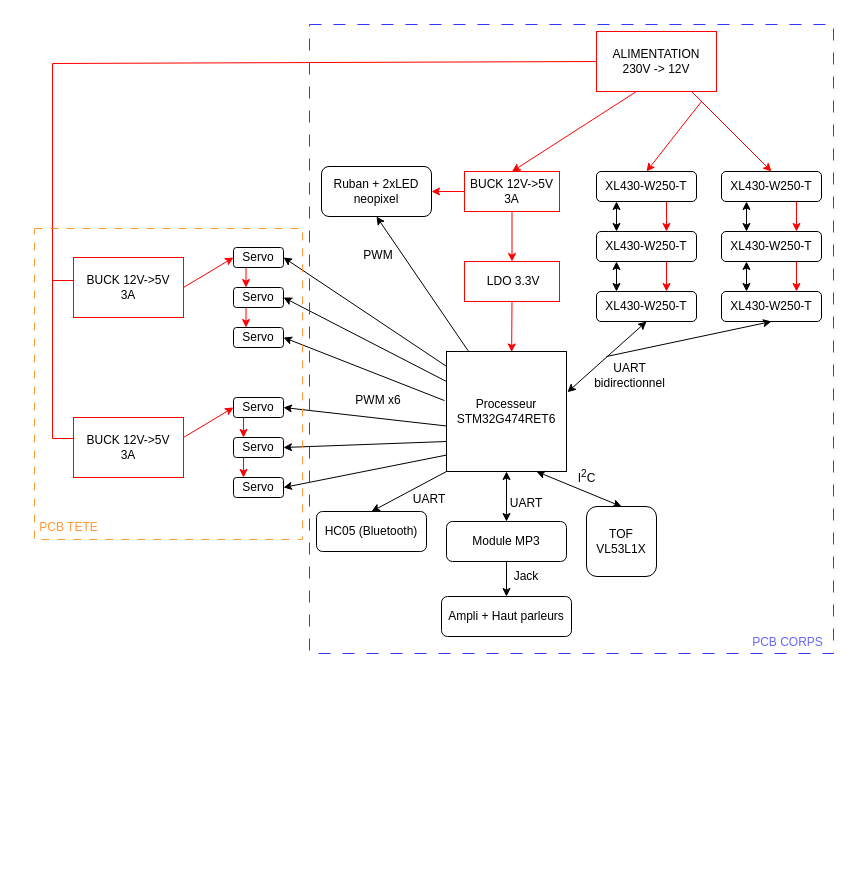
Above: Gestion de projet/diagramme_architecture.drawio in mael-lukas/2425_Projet2A_Animatronic (draw.io), before the change. Source tidied: cells renumbered, new cells numbered last; positions are measured from the earlier drawing's top-left corner, leaving out a move shared by most shapes. Both pictures are drawn from the tidied source at 100%, with x=0, y=0 at pixel (24, 24).
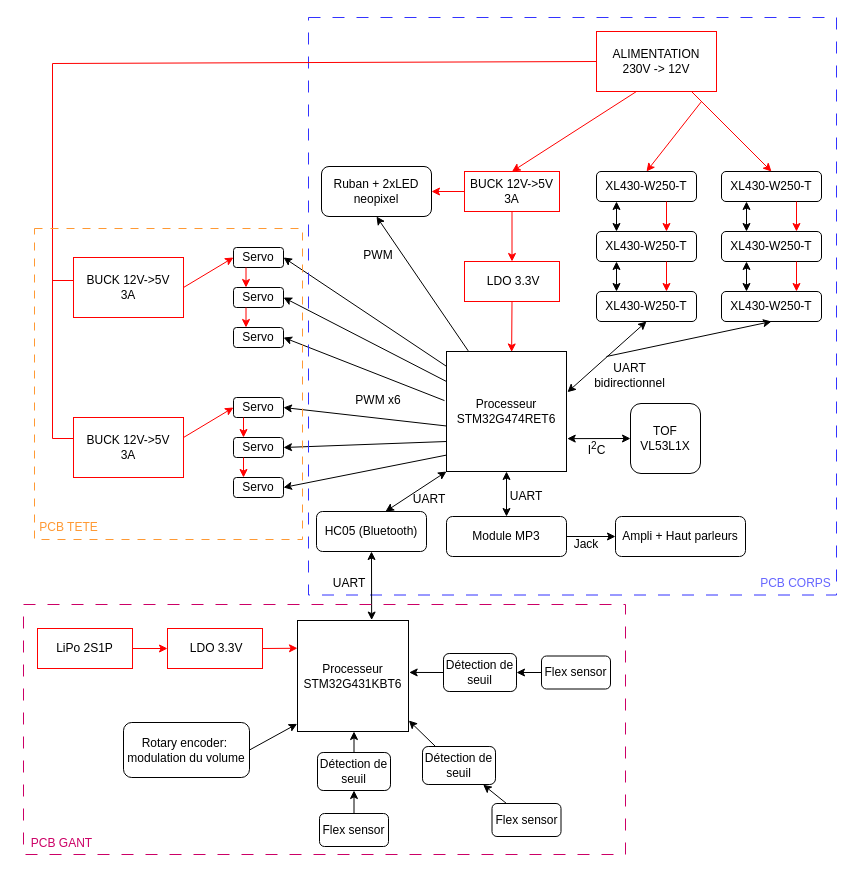
Above is the later version.

Commit message:
Mettre à jour diagramme_architecture.drawio

Unchanged cells that the change refers to:
```xml
<mxCell id="6" value="&lt;div&gt;Processeur&lt;/div&gt;&lt;div&gt;STM32G474RET6&lt;br&gt;&lt;/div&gt;" style="whiteSpace=wrap;html=1;" parent="1" vertex="1">
  <mxGeometry x="422" y="327" width="120" height="120" as="geometry" />
</mxCell>
<mxCell id="16" value="HC05 (Bluetooth)" style="rounded=1;whiteSpace=wrap;html=1;" parent="1" vertex="1">
  <mxGeometry x="292" y="487" width="110" height="40" as="geometry" />
</mxCell>
```

What changed in the source:
```diff
@@
     <mxCell id="18" value="&lt;div&gt;Module MP3&lt;/div&gt;" style="rounded=1;whiteSpace=wrap;html=1;" parent="1" vertex="1">
-      <mxGeometry x="422" y="497" width="120" height="40" as="geometry" />
+      <mxGeometry x="422" y="492" width="120" height="40" as="geometry" />
     </mxCell>
     <mxCell id="19" value="&lt;div&gt;TOF&lt;/div&gt;VL53L1X" style="rounded=1;whiteSpace=wrap;html=1;" parent="1" vertex="1">
-      <mxGeometry x="562" y="482" width="70" height="70" as="geometry" />
+      <mxGeometry x="606" y="379" width="70" height="70" as="geometry" />
     </mxCell>
     <mxCell id="20" value="Ampli + Haut parleurs" style="rounded=1;whiteSpace=wrap;html=1;" parent="1" vertex="1">
-      <mxGeometry x="417" y="572" width="130" height="40" as="geometry" />
+      <mxGeometry x="591" y="492" width="130" height="40" as="geometry" />
     </mxCell>
@@
-    <mxCell id="41" style="endArrow=classic;startArrow=classic;html=1;rounded=0;entryX=0.75;entryY=1;entryDx=0;entryDy=0;exitX=0.5;exitY=0;exitDx=0;exitDy=0;" parent="1" edge="1" source="19" target="6">
+    <mxCell id="41" style="endArrow=classic;startArrow=classic;html=1;rounded=0;entryX=1.006;entryY=0.726;entryDx=0;entryDy=0;exitX=0;exitY=0.5;exitDx=0;exitDy=0;entryPerimeter=0;" parent="1" edge="1" source="19" target="6">
       <mxGeometry relative="1" as="geometry" />
     </mxCell>
     <mxCell id="42" value="I&lt;sup&gt;2&lt;/sup&gt;C" style="text;html=1;align=center;verticalAlign=middle;strokeColor=none;fillColor=none;" parent="1" vertex="1">
-      <mxGeometry x="542" y="437" width="40" height="30" as="geometry" />
+      <mxGeometry x="552" y="409" width="40" height="30" as="geometry" />
     </mxCell>
@@
     <mxCell id="44" value="UART" style="text;html=1;align=center;verticalAlign=middle;whiteSpace=wrap;rounded=0;" parent="1" vertex="1">
-      <mxGeometry x="472" y="464" width="60" height="30" as="geometry" />
+      <mxGeometry x="472" y="457" width="60" height="30" as="geometry" />
     </mxCell>
-    <mxCell id="45" style="endArrow=classic;html=1;rounded=0;entryX=0.5;entryY=0;entryDx=0;entryDy=0;exitX=0.5;exitY=1;exitDx=0;exitDy=0;" parent="1" edge="1" source="18" target="20">
+    <mxCell id="45" style="endArrow=classic;html=1;rounded=0;entryX=0;entryY=0.5;entryDx=0;entryDy=0;exitX=1;exitY=0.5;exitDx=0;exitDy=0;" parent="1" edge="1" source="18" target="20">
       <mxGeometry relative="1" as="geometry" />
     </mxCell>
     <mxCell id="46" value="&lt;div&gt;Jack&lt;/div&gt;" style="text;html=1;align=center;verticalAlign=middle;whiteSpace=wrap;rounded=0;" parent="1" vertex="1">
-      <mxGeometry x="472" y="537" width="60" height="30" as="geometry" />
+      <mxGeometry x="532" y="505" width="60" height="30" as="geometry" />
     </mxCell>
-    <mxCell id="47" style="endArrow=classic;html=1;rounded=0;entryX=0.5;entryY=0;entryDx=0;entryDy=0;exitX=0;exitY=1;exitDx=0;exitDy=0;" parent="1" edge="1" source="6" target="16">
-      <mxGeometry relative="1" as="geometry" />
-    </mxCell>
@@
     <mxCell id="67" style="rounded=0;whiteSpace=wrap;html=1;dashed=1;dashPattern=12 12;fillColor=none;strokeColor=#3333FF;" parent="1" vertex="1">
-      <mxGeometry x="285" width="524" height="629" as="geometry" />
+      <mxGeometry x="284" y="-7" width="528" height="577.5" as="geometry" />
     </mxCell>
     <mxCell id="68" value="PCB CORPS" style="text;html=1;align=center;verticalAlign=middle;whiteSpace=wrap;rounded=0;fontColor=#6666FF;" parent="1" vertex="1">
-      <mxGeometry x="719" y="603" width="89" height="30" as="geometry" />
+      <mxGeometry x="727" y="544" width="89" height="30" as="geometry" />
     </mxCell>
@@
+    <mxCell id="73" style="endArrow=classic;startArrow=classic;html=1;rounded=0;entryX=0;entryY=1;entryDx=0;entryDy=0;" parent="1" edge="1" target="6">
+      <mxGeometry relative="1" as="geometry">
+        <mxPoint x="361" y="487" as="sourcePoint" />
+      </mxGeometry>
+    </mxCell>
+    <mxCell id="74" value="&lt;div&gt;Processeur&lt;/div&gt;&lt;div&gt;STM32G431KBT6&lt;br&gt;&lt;/div&gt;" style="whiteSpace=wrap;html=1;" parent="1" vertex="1">
+      <mxGeometry x="273" y="596" width="111" height="111" as="geometry" />
+    </mxCell>
+    <mxCell id="75" style="endArrow=classic;startArrow=classic;html=1;rounded=0;exitX=0.668;exitY=-0.004;exitDx=0;exitDy=0;entryX=0.5;entryY=1;entryDx=0;entryDy=0;exitPerimeter=0;" parent="1" edge="1" source="74" target="16">
+      <mxGeometry relative="1" as="geometry" />
+    </mxCell>
+    <mxCell id="76" value="UART" style="text;html=1;align=center;verticalAlign=middle;whiteSpace=wrap;rounded=0;" parent="1" vertex="1">
+      <mxGeometry x="295" y="544" width="60" height="30" as="geometry" />
+    </mxCell>
+    <mxCell id="77" value="&lt;div&gt;&amp;nbsp;LDO 3.3V&lt;br&gt;&lt;/div&gt;&lt;font color=&quot;#ff0000&quot;&gt;&lt;/font&gt;" style="rounded=0;whiteSpace=wrap;html=1;strokeColor=#FF0000;" parent="1" vertex="1">
+      <mxGeometry x="143" y="604" width="95" height="40" as="geometry" />
+    </mxCell>
+    <mxCell id="78" value="&lt;div&gt;LiPo 2S1P&lt;br&gt;&lt;/div&gt;&lt;font color=&quot;#ff0000&quot;&gt;&lt;/font&gt;" style="rounded=0;whiteSpace=wrap;html=1;strokeColor=#FF0000;" parent="1" vertex="1">
+      <mxGeometry x="13" y="604" width="95" height="40" as="geometry" />
+    </mxCell>
+    <mxCell id="79" style="endArrow=classic;html=1;rounded=0;exitX=1;exitY=0.5;exitDx=0;exitDy=0;entryX=0;entryY=0.25;entryDx=0;entryDy=0;strokeColor=#FF0000;" parent="1" edge="1" source="77" target="74">
+      <mxGeometry relative="1" as="geometry" />
+    </mxCell>
+    <mxCell id="80" style="endArrow=classic;html=1;rounded=0;entryX=0;entryY=0.5;entryDx=0;entryDy=0;exitX=1;exitY=0.5;exitDx=0;exitDy=0;strokeColor=#FF0000;" parent="1" edge="1" source="78" target="77">
+      <mxGeometry relative="1" as="geometry" />
+    </mxCell>
+    <mxCell id="81" value="Rotary encoder:&amp;nbsp;&lt;div&gt;&lt;span style=&quot;background-color: initial;&quot;&gt;modulation du volume&lt;/span&gt;&lt;/div&gt;" style="rounded=1;whiteSpace=wrap;html=1;" parent="1" vertex="1">
+      <mxGeometry x="99" y="698" width="126" height="55" as="geometry" />
+    </mxCell>
+    <mxCell id="82" value="Flex sensor" style="rounded=1;whiteSpace=wrap;html=1;" parent="1" vertex="1">
+      <mxGeometry x="295" y="789" width="69" height="33" as="geometry" />
+    </mxCell>
+    <mxCell id="83" value="Détection de seuil" style="rounded=1;whiteSpace=wrap;html=1;" parent="1" vertex="1">
+      <mxGeometry x="293" y="728" width="73" height="38" as="geometry" />
+    </mxCell>
+    <mxCell id="84" value="Détection de seuil" style="rounded=1;whiteSpace=wrap;html=1;" parent="1" vertex="1">
+      <mxGeometry x="419" y="629" width="73" height="38" as="geometry" />
+    </mxCell>
+    <mxCell id="85" value="Détection de seuil" style="rounded=1;whiteSpace=wrap;html=1;" parent="1" vertex="1">
+      <mxGeometry x="398" y="722" width="73" height="38" as="geometry" />
+    </mxCell>
+    <mxCell id="86" value="Flex sensor" style="rounded=1;whiteSpace=wrap;html=1;" parent="1" vertex="1">
+      <mxGeometry x="467.5" y="779" width="69" height="33" as="geometry" />
+    </mxCell>
+    <mxCell id="87" value="Flex sensor" style="rounded=1;whiteSpace=wrap;html=1;" parent="1" vertex="1">
+      <mxGeometry x="517" y="631.5" width="69" height="33" as="geometry" />
+    </mxCell>
+    <mxCell id="88" style="endArrow=classic;html=1;rounded=0;entryX=-0.003;entryY=0.931;entryDx=0;entryDy=0;entryPerimeter=0;exitX=1;exitY=0.5;exitDx=0;exitDy=0;" parent="1" edge="1" source="81" target="74">
+      <mxGeometry relative="1" as="geometry" />
+    </mxCell>
+    <mxCell id="89" style="endArrow=classic;html=1;rounded=0;entryX=0.5;entryY=1;entryDx=0;entryDy=0;exitX=0.5;exitY=0;exitDx=0;exitDy=0;" parent="1" edge="1" source="82" target="83">
+      <mxGeometry relative="1" as="geometry" />
+    </mxCell>
+    <mxCell id="90" style="endArrow=classic;html=1;rounded=0;entryX=0.509;entryY=1;entryDx=0;entryDy=0;exitX=0.5;exitY=0;exitDx=0;exitDy=0;entryPerimeter=0;" parent="1" edge="1" source="83" target="74">
+      <mxGeometry relative="1" as="geometry" />
+    </mxCell>
+    <mxCell id="91" style="endArrow=classic;html=1;rounded=0;entryX=1.003;entryY=0.901;entryDx=0;entryDy=0;exitX=0.174;exitY=-0.009;exitDx=0;exitDy=0;exitPerimeter=0;entryPerimeter=0;" parent="1" edge="1" source="85" target="74">
+      <mxGeometry relative="1" as="geometry" />
+    </mxCell>
+    <mxCell id="92" style="endArrow=classic;html=1;rounded=0;entryX=0.831;entryY=1.005;entryDx=0;entryDy=0;exitX=0.206;exitY=-0.007;exitDx=0;exitDy=0;exitPerimeter=0;entryPerimeter=0;" parent="1" edge="1" source="86" target="85">
+      <mxGeometry relative="1" as="geometry" />
+    </mxCell>
+    <mxCell id="93" style="endArrow=classic;html=1;rounded=0;entryX=1.006;entryY=0.468;entryDx=0;entryDy=0;entryPerimeter=0;exitX=0;exitY=0.5;exitDx=0;exitDy=0;" parent="1" edge="1" source="84" target="74">
+      <mxGeometry relative="1" as="geometry" />
+    </mxCell>
+    <mxCell id="94" style="endArrow=classic;html=1;rounded=0;entryX=1;entryY=0.5;entryDx=0;entryDy=0;exitX=0;exitY=0.5;exitDx=0;exitDy=0;" parent="1" edge="1" source="87" target="84">
+      <mxGeometry relative="1" as="geometry" />
+    </mxCell>
+    <mxCell id="95" style="rounded=0;whiteSpace=wrap;html=1;fillColor=none;dashed=1;dashPattern=12 12;strokeColor=#CC0066;" parent="1" vertex="1">
+      <mxGeometry x="-1" y="580" width="602" height="250" as="geometry" />
+    </mxCell>
+    <mxCell id="96" value="&lt;font color=&quot;#cc0066&quot;&gt;PCB GANT&lt;/font&gt;" style="text;html=1;align=center;verticalAlign=middle;whiteSpace=wrap;rounded=0;fontColor=#6666FF;" parent="1" vertex="1">
+      <mxGeometry x="-7" y="804" width="89" height="30" as="geometry" />
+    </mxCell>
```
